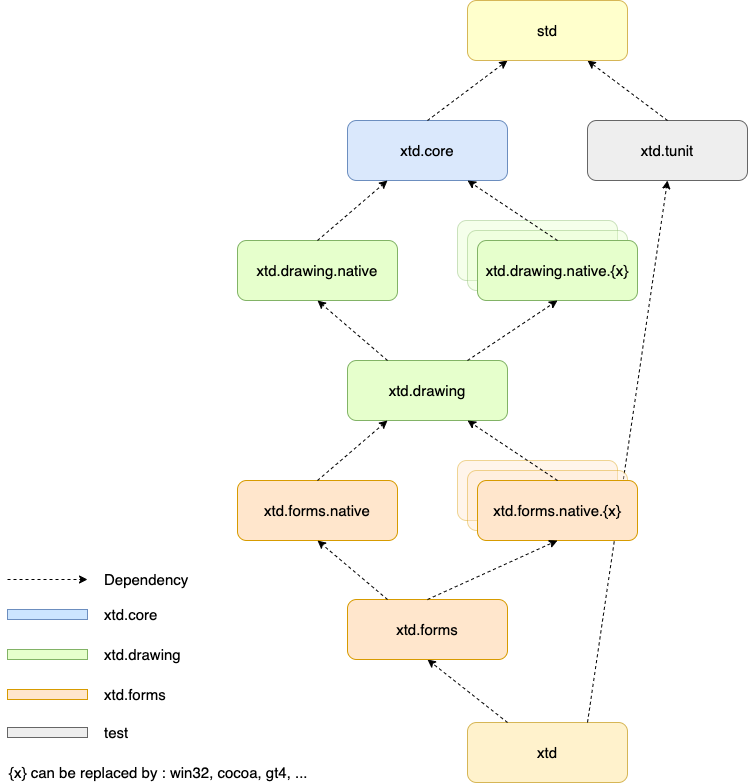
Before: docs/pictures/hierarchy.png, a diagram exported from draw.io (gammasoft71/xtd). Source tidied: cells renumbered, new cells last; positions are measured from the earlier drawing's top-left corner, leaving out a move shared by most shapes. Its diagram source:
```xml
<mxGraphModel>
  <root>
    <mxCell id="0" />
    <mxCell id="1" parent="0" />
    <mxCell id="2" value="xtd.core" style="rounded=1;whiteSpace=wrap;html=1;fillColor=#dae8fc;strokeColor=#6c8ebf;fontSize=15;" parent="1" vertex="1">
      <mxGeometry x="340" y="120" width="160" height="60" as="geometry" />
    </mxCell>
    <mxCell id="3" style="rounded=1;whiteSpace=wrap;html=1;fillColor=#FFE6CC;strokeColor=#d79b00;fontSize=15;opacity=40;" parent="1" vertex="1">
      <mxGeometry x="450" y="460" width="160" height="60" as="geometry" />
    </mxCell>
    <mxCell id="4" style="endArrow=classic;dashed=1;html=1;entryX=0.25;entryY=1;exitX=0.5;exitY=0;startArrow=none;startFill=0;endFill=1;fontSize=15;entryDx=0;entryDy=0;exitDx=0;exitDy=0;" parent="1" edge="1" source="2" target="19">
      <mxGeometry relative="1" as="geometry" />
    </mxCell>
    <mxCell id="5" style="endArrow=classic;dashed=1;html=1;endFill=1;fontSize=15;" parent="1" edge="1">
      <mxGeometry relative="1" as="geometry">
        <mxPoint y="579" as="sourcePoint" />
        <mxPoint x="80" y="579" as="targetPoint" />
      </mxGeometry>
    </mxCell>
    <mxCell id="6" value="Dependency" style="text;html=1;strokeColor=none;fillColor=none;align=left;verticalAlign=middle;whiteSpace=wrap;fontSize=15;" parent="1" vertex="1">
      <mxGeometry x="95" y="569" width="120" height="20" as="geometry" />
    </mxCell>
    <mxCell id="7" style="rounded=0;whiteSpace=wrap;html=1;fillColor=#CCE5FF;strokeColor=#6c8ebf;fontSize=15;" parent="1" vertex="1">
      <mxGeometry y="609" width="80" height="10" as="geometry" />
    </mxCell>
    <mxCell id="8" value="xtd.core" style="text;html=1;strokeColor=none;fillColor=none;align=left;verticalAlign=middle;whiteSpace=wrap;fontSize=15;" parent="1" vertex="1">
      <mxGeometry x="95" y="604" width="120" height="20" as="geometry" />
    </mxCell>
    <mxCell id="9" style="rounded=0;whiteSpace=wrap;html=1;fillColor=#E6FFCC;strokeColor=#82b366;fontSize=15;" parent="1" vertex="1">
      <mxGeometry y="649" width="80" height="10" as="geometry" />
    </mxCell>
    <mxCell id="10" value="xtd.drawing" style="text;html=1;strokeColor=none;fillColor=none;align=left;verticalAlign=middle;whiteSpace=wrap;fontSize=15;" parent="1" vertex="1">
      <mxGeometry x="95" y="644" width="120" height="20" as="geometry" />
    </mxCell>
    <mxCell id="11" style="rounded=0;whiteSpace=wrap;html=1;fillColor=#FFE6CC;strokeColor=#d79b00;fontSize=15;" parent="1" vertex="1">
      <mxGeometry y="689" width="80" height="10" as="geometry" />
    </mxCell>
    <mxCell id="12" value="xtd.forms" style="text;html=1;strokeColor=none;fillColor=none;align=left;verticalAlign=middle;whiteSpace=wrap;fontSize=15;" parent="1" vertex="1">
      <mxGeometry x="95" y="684" width="120" height="20" as="geometry" />
    </mxCell>
    <mxCell id="13" value="xtd.tunit" style="rounded=1;whiteSpace=wrap;html=1;fillColor=#EEEEEE;strokeColor=#666666;fontSize=15;" parent="1" vertex="1">
      <mxGeometry x="580" y="120" width="160" height="60" as="geometry" />
    </mxCell>
    <mxCell id="14" style="rounded=1;whiteSpace=wrap;html=1;fontSize=15;fillColor=#E6FFCC;strokeColor=#82B366;opacity=40;" parent="1" vertex="1">
      <mxGeometry x="450" y="220" width="160" height="60" as="geometry" />
    </mxCell>
    <mxCell id="15" value="&lt;span&gt;xtd&lt;/span&gt;" style="rounded=1;whiteSpace=wrap;html=1;strokeColor=#d6b656;fontSize=15;fillColor=#fff2cc;" parent="1" vertex="1">
      <mxGeometry x="460" y="722" width="160" height="60" as="geometry" />
    </mxCell>
    <mxCell id="16" style="endArrow=classic;dashed=1;html=1;exitX=0.5;exitY=0;endFill=1;fontSize=15;exitDx=0;exitDy=0;entryX=0.75;entryY=1;entryDx=0;entryDy=0;" parent="1" edge="1" source="13" target="19">
      <mxGeometry relative="1" as="geometry" />
    </mxCell>
    <mxCell id="17" style="endArrow=classic;dashed=1;html=1;entryX=0.5;entryY=1;exitX=0.25;exitY=0;endFill=1;fontSize=15;entryDx=0;entryDy=0;exitDx=0;exitDy=0;" parent="1" edge="1" source="15" target="23">
      <mxGeometry relative="1" as="geometry" />
    </mxCell>
    <mxCell id="18" style="endArrow=classic;dashed=1;html=1;entryX=0.5;entryY=1;endFill=1;fontSize=15;entryDx=0;entryDy=0;exitX=0.75;exitY=0;exitDx=0;exitDy=0;" parent="1" edge="1" source="15" target="13">
      <mxGeometry relative="1" as="geometry" />
    </mxCell>
    <mxCell id="19" value="&lt;span&gt;std&lt;/span&gt;" style="rounded=1;whiteSpace=wrap;html=1;strokeColor=#d6b656;fontSize=15;fillColor=#FFFFCC;" parent="1" vertex="1">
      <mxGeometry x="460" width="160" height="60" as="geometry" />
    </mxCell>
    <mxCell id="20" style="rounded=0;whiteSpace=wrap;html=1;fillColor=#EEEEEE;strokeColor=#666666;fontSize=15;" parent="1" vertex="1">
      <mxGeometry y="727" width="80" height="10" as="geometry" />
    </mxCell>
    <mxCell id="21" value="test" style="text;html=1;strokeColor=none;fillColor=none;align=left;verticalAlign=middle;whiteSpace=wrap;fontSize=15;" parent="1" vertex="1">
      <mxGeometry x="95" y="722" width="120" height="20" as="geometry" />
    </mxCell>
    <mxCell id="22" value="xtd.forms.native" style="rounded=1;whiteSpace=wrap;html=1;fillColor=#FFE6CC;strokeColor=#d79b00;fontSize=15;" parent="1" vertex="1">
      <mxGeometry x="230" y="480" width="160" height="60" as="geometry" />
    </mxCell>
    <mxCell id="23" value="xtd.forms" style="rounded=1;whiteSpace=wrap;html=1;fillColor=#FFE6CC;strokeColor=#d79b00;fontSize=15;" parent="1" vertex="1">
      <mxGeometry x="340" y="599" width="160" height="60" as="geometry" />
    </mxCell>
    <mxCell id="24" style="rounded=1;whiteSpace=wrap;html=1;fillColor=#FFE6CC;strokeColor=#d79b00;fontSize=15;opacity=40;" parent="1" vertex="1">
      <mxGeometry x="460" y="470" width="160" height="60" as="geometry" />
    </mxCell>
    <mxCell id="25" value="xtd.forms.native.{x}" style="rounded=1;whiteSpace=wrap;html=1;fillColor=#FFE6CC;strokeColor=#d79b00;fontSize=15;" parent="1" vertex="1">
      <mxGeometry x="470" y="480" width="160" height="60" as="geometry" />
    </mxCell>
    <mxCell id="26" style="endArrow=classic;dashed=1;html=1;entryX=0.5;entryY=1;exitX=0.5;exitY=0;endFill=1;fontSize=15;entryDx=0;entryDy=0;exitDx=0;exitDy=0;" parent="1" edge="1" source="23" target="25">
      <mxGeometry relative="1" as="geometry" />
    </mxCell>
    <mxCell id="27" style="endArrow=classic;dashed=1;html=1;entryX=0.5;entryY=1;exitX=0.25;exitY=0;endFill=1;fontSize=15;entryDx=0;entryDy=0;exitDx=0;exitDy=0;" parent="1" edge="1" source="23" target="22">
      <mxGeometry relative="1" as="geometry" />
    </mxCell>
    <mxCell id="28" value="xtd.drawing" style="rounded=1;whiteSpace=wrap;html=1;fontSize=15;fillColor=#E6FFCC;strokeColor=#82B366;" parent="1" vertex="1">
      <mxGeometry x="340" y="360" width="160" height="60" as="geometry" />
    </mxCell>
    <mxCell id="29" value="xtd.drawing.native" style="rounded=1;whiteSpace=wrap;html=1;fontSize=15;fillColor=#E6FFCC;strokeColor=#82B366;" parent="1" vertex="1">
      <mxGeometry x="230" y="240" width="160" height="60" as="geometry" />
    </mxCell>
    <mxCell id="30" style="endArrow=classic;dashed=1;html=1;entryX=0.25;entryY=1;exitX=0.5;exitY=0;endFill=1;fontSize=15;entryDx=0;entryDy=0;exitDx=0;exitDy=0;" parent="1" edge="1" source="29" target="2">
      <mxGeometry relative="1" as="geometry" />
    </mxCell>
    <mxCell id="31" style="rounded=1;whiteSpace=wrap;html=1;fontSize=15;fillColor=#E6FFCC;strokeColor=#82B366;opacity=40;" parent="1" vertex="1">
      <mxGeometry x="460" y="230" width="160" height="60" as="geometry" />
    </mxCell>
    <mxCell id="32" value="xtd.drawing.native.{x}" style="rounded=1;whiteSpace=wrap;html=1;fontSize=15;fillColor=#E6FFCC;strokeColor=#82B366;" parent="1" vertex="1">
      <mxGeometry x="470" y="240" width="160" height="60" as="geometry" />
    </mxCell>
    <mxCell id="33" style="endArrow=classic;dashed=1;html=1;entryX=0.75;entryY=1;exitX=0.5;exitY=0;endFill=1;fontSize=15;entryDx=0;entryDy=0;exitDx=0;exitDy=0;" parent="1" edge="1" source="32" target="2">
      <mxGeometry relative="1" as="geometry" />
    </mxCell>
    <mxCell id="34" style="endArrow=classic;dashed=1;html=1;exitX=0.5;exitY=0;endFill=1;fontSize=15;exitDx=0;exitDy=0;entryX=0.25;entryY=1;entryDx=0;entryDy=0;" parent="1" edge="1" source="22" target="28">
      <mxGeometry relative="1" as="geometry" />
    </mxCell>
    <mxCell id="35" style="endArrow=classic;dashed=1;html=1;exitX=0.5;exitY=0;endFill=1;fontSize=15;exitDx=0;exitDy=0;entryX=0.75;entryY=1;entryDx=0;entryDy=0;" parent="1" edge="1" source="25" target="28">
      <mxGeometry relative="1" as="geometry" />
    </mxCell>
    <mxCell id="36" style="endArrow=classic;dashed=1;html=1;endFill=1;fontSize=15;entryX=0.5;entryY=1;entryDx=0;entryDy=0;exitX=0.75;exitY=0;exitDx=0;exitDy=0;" parent="1" edge="1" source="28" target="32">
      <mxGeometry relative="1" as="geometry" />
    </mxCell>
    <mxCell id="37" value="{x} can be replaced by : win32, cocoa, gt4, ..." style="text;html=1;strokeColor=none;fillColor=none;align=left;verticalAlign=middle;whiteSpace=wrap;fontSize=15;" parent="1" vertex="1">
      <mxGeometry y="762" width="320" height="20" as="geometry" />
    </mxCell>
    <mxCell id="38" style="endArrow=classic;dashed=1;html=1;endFill=1;fontSize=15;entryX=0.5;entryY=1;entryDx=0;entryDy=0;exitX=0.25;exitY=0;exitDx=0;exitDy=0;" parent="1" edge="1" source="28" target="29">
      <mxGeometry relative="1" as="geometry" />
    </mxCell>
  </root>
</mxGraphModel>
```
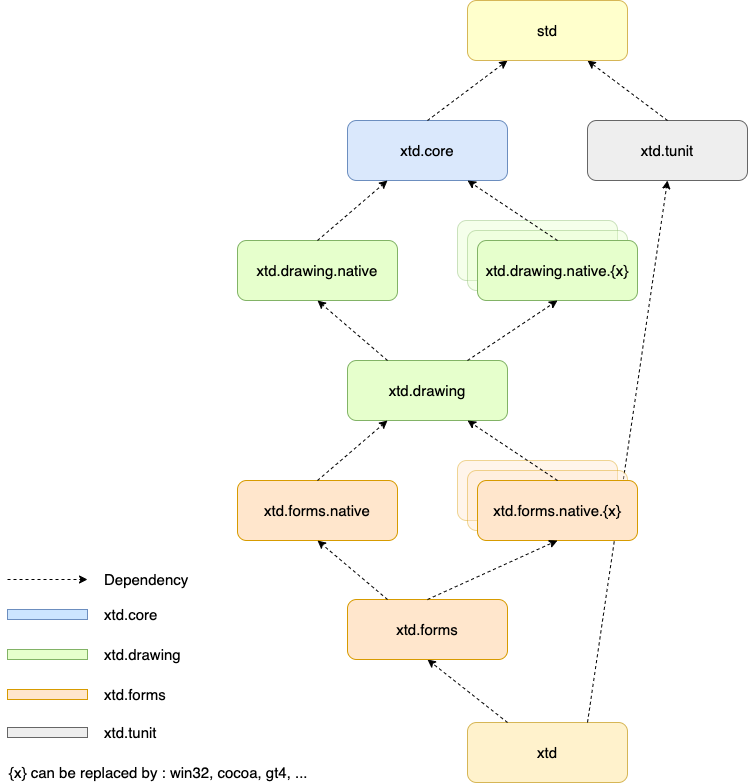
The same diagram one commit later.

Diff of the diagram source:
```diff
@@ -62,7 +62,7 @@
     <mxCell id="20" style="rounded=0;whiteSpace=wrap;html=1;fillColor=#EEEEEE;strokeColor=#666666;fontSize=15;" parent="1" vertex="1">
       <mxGeometry y="727" width="80" height="10" as="geometry" />
     </mxCell>
-    <mxCell id="21" value="test" style="text;html=1;strokeColor=none;fillColor=none;align=left;verticalAlign=middle;whiteSpace=wrap;fontSize=15;" parent="1" vertex="1">
+    <mxCell id="21" value="xtd.tunit" style="text;html=1;strokeColor=none;fillColor=none;align=left;verticalAlign=middle;whiteSpace=wrap;fontSize=15;" parent="1" vertex="1">
       <mxGeometry x="95" y="722" width="120" height="20" as="geometry" />
     </mxCell>
     <mxCell id="22" value="xtd.forms.native" style="rounded=1;whiteSpace=wrap;html=1;fillColor=#FFE6CC;strokeColor=#d79b00;fontSize=15;" parent="1" vertex="1">
```
